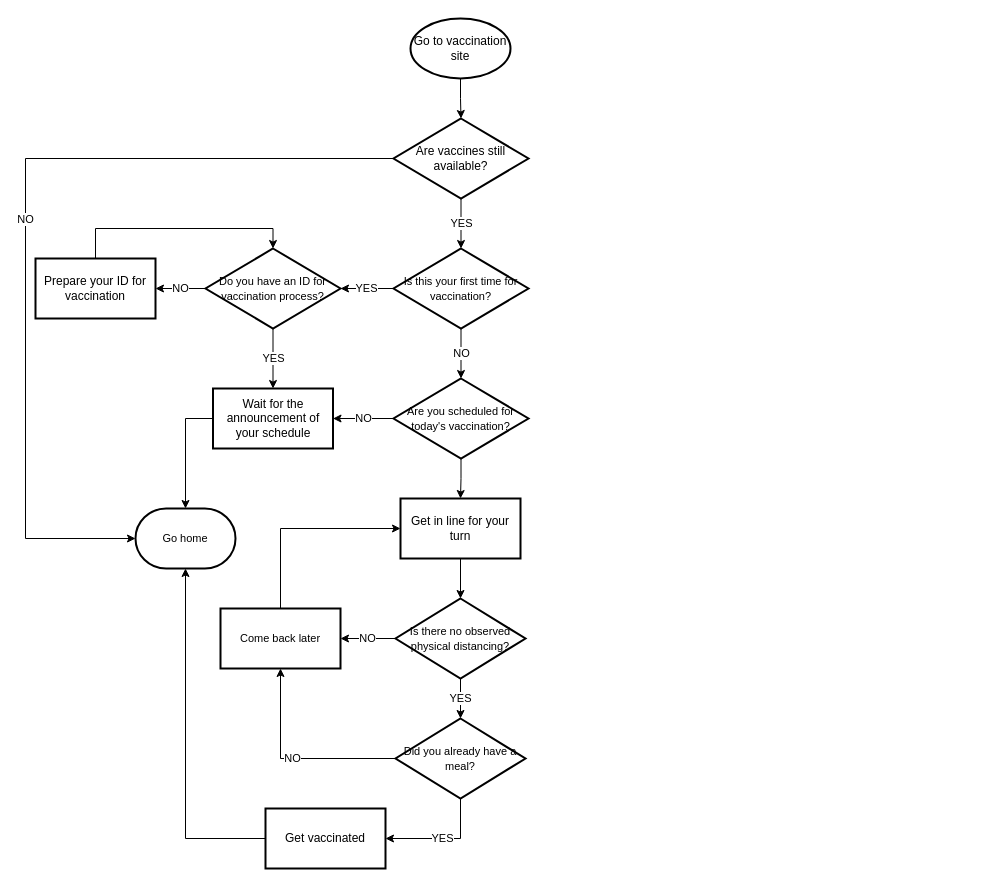
Before: flowchart.drawio in Serv08/Drafting, a draw.io diagram. Source tidied: cells renumbered, new cells numbered last; positions are measured from the earlier drawing's top-left corner, leaving out a move shared by most shapes. Both pictures are drawn from the tidied source at 100%, with x=0, y=0 at pixel (25, 18).
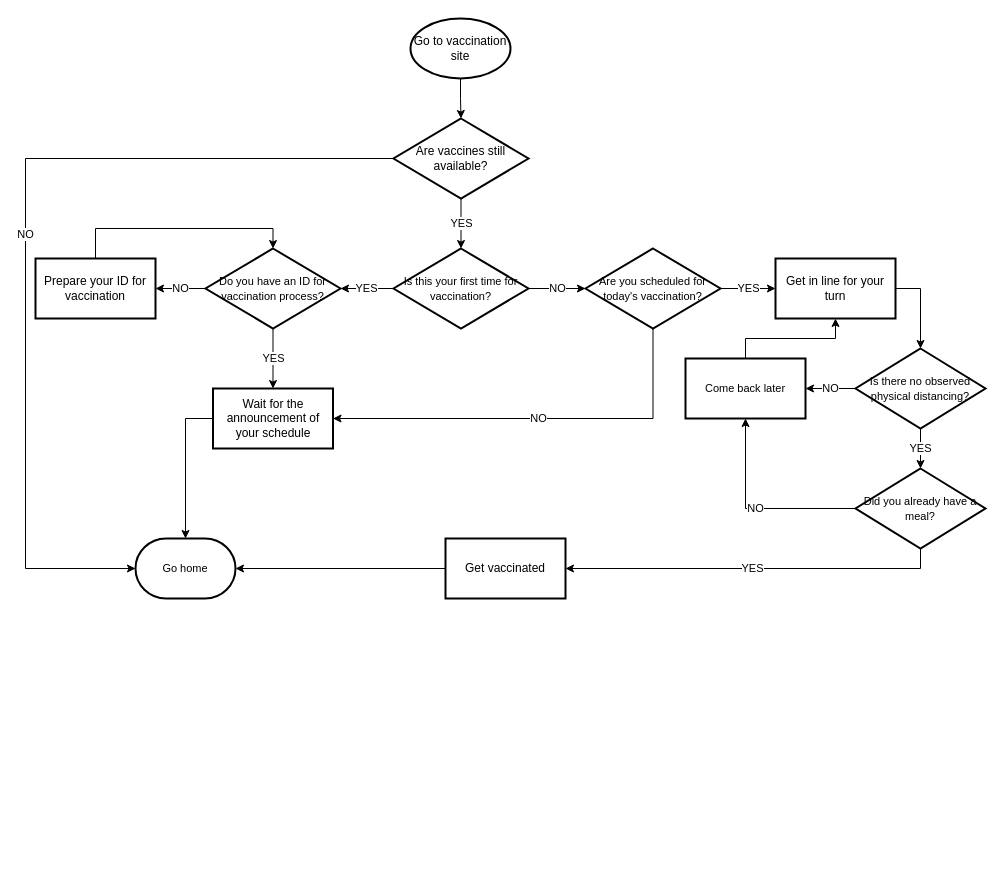
The same diagram, later.

Unchanged cells that the change refers to:
```xml
<mxCell id="6" value="Are vaccines still available?" style="rhombus;whiteSpace=wrap;html=1;strokeWidth=2;" parent="1" vertex="1">
  <mxGeometry x="368" y="100" width="135" height="80" as="geometry" />
</mxCell>
<mxCell id="9" value="&lt;font style=&quot;font-size: 11px;&quot;&gt;Is this your first time for vaccination?&lt;/font&gt;" style="rhombus;whiteSpace=wrap;html=1;strokeWidth=2;" parent="1" vertex="1">
  <mxGeometry x="368" y="230" width="135" height="80" as="geometry" />
</mxCell>
<mxCell id="17" value="Wait for the announcement of your schedule" style="whiteSpace=wrap;html=1;strokeWidth=2;" parent="1" vertex="1">
  <mxGeometry x="187.5" y="370" width="120" height="60" as="geometry" />
</mxCell>
```

The edit, as a diff of the source:
```diff
@@
     <mxCell id="5" value="NO" style="edgeStyle=orthogonalEdgeStyle;rounded=0;jettySize=auto;html=1;fontSize=11;entryX=0;entryY=0.5;entryDx=0;entryDy=0;entryPerimeter=0;" parent="1" edge="1" source="6" target="20">
       <mxGeometry relative="1" as="geometry">
         <Array as="points">
           <mxPoint y="140" />
-          <mxPoint y="520" />
+          <mxPoint y="550" />
         </Array>
       </mxGeometry>
     </mxCell>
@@
-    <mxCell id="8" value="NO" style="edgeStyle=orthogonalEdgeStyle;rounded=0;jettySize=auto;html=1;fontSize=11;" parent="1" edge="1" source="9" target="15">
+    <mxCell id="8" value="NO" style="edgeStyle=orthogonalEdgeStyle;rounded=0;jettySize=auto;html=1;exitX=1;exitY=0.5;exitDx=0;exitDy=0;entryX=0;entryY=0.5;entryDx=0;entryDy=0;fontSize=11;" parent="1" edge="1" source="9" target="15">
       <mxGeometry relative="1" as="geometry" />
     </mxCell>
@@
-    <mxCell id="13" value="NO" style="edgeStyle=orthogonalEdgeStyle;rounded=0;jettySize=auto;html=1;fontSize=11;" parent="1" edge="1" source="15" target="17">
-      <mxGeometry relative="1" as="geometry" />
-    </mxCell>
-    <mxCell id="14" style="edgeStyle=orthogonalEdgeStyle;rounded=0;jettySize=auto;html=1;fontSize=11;" parent="1" edge="1" source="15" target="22">
-      <mxGeometry relative="1" as="geometry" />
-    </mxCell>
-    <mxCell id="15" value="&lt;font style=&quot;font-size: 11px;&quot;&gt;Are you scheduled for today's vaccination?&lt;/font&gt;" style="rhombus;whiteSpace=wrap;html=1;strokeWidth=2;" parent="1" vertex="1">
-      <mxGeometry x="368" y="360" width="135" height="80" as="geometry" />
-    </mxCell>
@@
     <mxCell id="20" value="Go home" style="strokeWidth=2;html=1;shape=mxgraph.flowchart.terminator;whiteSpace=wrap;fontSize=11;" parent="1" vertex="1">
-      <mxGeometry x="110" y="490" width="100" height="60" as="geometry" />
+      <mxGeometry x="110" y="520" width="100" height="60" as="geometry" />
     </mxCell>
-    <mxCell id="21" style="edgeStyle=orthogonalEdgeStyle;rounded=0;jettySize=auto;html=1;fontSize=11;" parent="1" edge="1" source="22" target="25">
-      <mxGeometry relative="1" as="geometry" />
-    </mxCell>
-    <mxCell id="22" value="Get in line for your turn" style="whiteSpace=wrap;html=1;strokeWidth=2;" parent="1" vertex="1">
-      <mxGeometry x="375" y="480" width="120" height="60" as="geometry" />
-    </mxCell>
@@
     <mxCell id="25" value="&lt;font style=&quot;font-size: 11px;&quot;&gt;Is there no observed physical distancing?&lt;/font&gt;" style="rhombus;whiteSpace=wrap;html=1;strokeWidth=2;" parent="1" vertex="1">
-      <mxGeometry x="370" y="580" width="130" height="80" as="geometry" />
+      <mxGeometry x="830" y="330" width="130" height="80" as="geometry" />
     </mxCell>
-    <mxCell id="26" style="edgeStyle=orthogonalEdgeStyle;rounded=0;jettySize=auto;html=1;exitX=0.5;exitY=0;exitDx=0;exitDy=0;entryX=0;entryY=0.5;entryDx=0;entryDy=0;fontSize=11;" parent="1" edge="1" source="27" target="22">
+    <mxCell id="26" style="edgeStyle=orthogonalEdgeStyle;rounded=0;jettySize=auto;html=1;exitX=0.5;exitY=0;exitDx=0;exitDy=0;entryX=0.5;entryY=1;entryDx=0;entryDy=0;fontSize=11;" parent="1" edge="1" source="27" target="22">
       <mxGeometry relative="1" as="geometry" />
     </mxCell>
     <mxCell id="27" value="Come back later" style="whiteSpace=wrap;html=1;strokeWidth=2;fontSize=11;" parent="1" vertex="1">
-      <mxGeometry x="195" y="590" width="120" height="60" as="geometry" />
+      <mxGeometry x="660" y="340" width="120" height="60" as="geometry" />
     </mxCell>
@@
     <mxCell id="30" value="&lt;font style=&quot;font-size: 11px;&quot;&gt;Did you already have a meal?&lt;/font&gt;" style="rhombus;whiteSpace=wrap;html=1;strokeWidth=2;" parent="1" vertex="1">
-      <mxGeometry x="370" y="700" width="130" height="80" as="geometry" />
+      <mxGeometry x="830" y="450" width="130" height="80" as="geometry" />
     </mxCell>
-    <mxCell id="31" style="edgeStyle=orthogonalEdgeStyle;rounded=0;jettySize=auto;html=1;exitX=0;exitY=0.5;exitDx=0;exitDy=0;entryX=0.5;entryY=1;entryDx=0;entryDy=0;entryPerimeter=0;fontSize=11;" parent="1" edge="1" source="32" target="20">
+    <mxCell id="31" style="edgeStyle=orthogonalEdgeStyle;rounded=0;jettySize=auto;html=1;exitX=0;exitY=0.5;exitDx=0;exitDy=0;entryX=1;entryY=0.5;entryDx=0;entryDy=0;entryPerimeter=0;fontSize=11;" parent="1" edge="1" source="32" target="20">
       <mxGeometry relative="1" as="geometry" />
     </mxCell>
     <mxCell id="32" value="Get vaccinated" style="whiteSpace=wrap;html=1;strokeWidth=2;" parent="1" vertex="1">
-      <mxGeometry x="240" y="790" width="120" height="60" as="geometry" />
+      <mxGeometry x="420" y="520" width="120" height="60" as="geometry" />
     </mxCell>
+    <mxCell id="14" value="YES" style="edgeStyle=orthogonalEdgeStyle;rounded=0;jettySize=auto;html=1;fontSize=11;" parent="1" edge="1" source="15" target="22">
+      <mxGeometry relative="1" as="geometry" />
+    </mxCell>
+    <mxCell id="13" value="NO" style="edgeStyle=orthogonalEdgeStyle;rounded=0;jettySize=auto;html=1;exitX=0.5;exitY=1;exitDx=0;exitDy=0;entryX=1;entryY=0.5;entryDx=0;entryDy=0;fontSize=11;" parent="1" edge="1" source="15" target="17">
+      <mxGeometry relative="1" as="geometry">
+        <Array as="points">
+          <mxPoint x="628" y="400" />
+        </Array>
+      </mxGeometry>
+    </mxCell>
+    <mxCell id="15" value="&lt;font style=&quot;font-size: 11px;&quot;&gt;Are you scheduled for today's vaccination?&lt;/font&gt;" style="rhombus;whiteSpace=wrap;html=1;strokeWidth=2;" parent="1" vertex="1">
+      <mxGeometry x="560" y="230" width="135" height="80" as="geometry" />
+    </mxCell>
+    <mxCell id="21" style="edgeStyle=orthogonalEdgeStyle;rounded=0;jettySize=auto;html=1;exitX=1;exitY=0.5;exitDx=0;exitDy=0;entryX=0.5;entryY=0;entryDx=0;entryDy=0;fontSize=11;" parent="1" edge="1" source="22" target="25">
+      <mxGeometry relative="1" as="geometry" />
+    </mxCell>
+    <mxCell id="22" value="Get in line for your turn" style="whiteSpace=wrap;html=1;strokeWidth=2;" parent="1" vertex="1">
+      <mxGeometry x="750" y="240" width="120" height="60" as="geometry" />
+    </mxCell>
```
